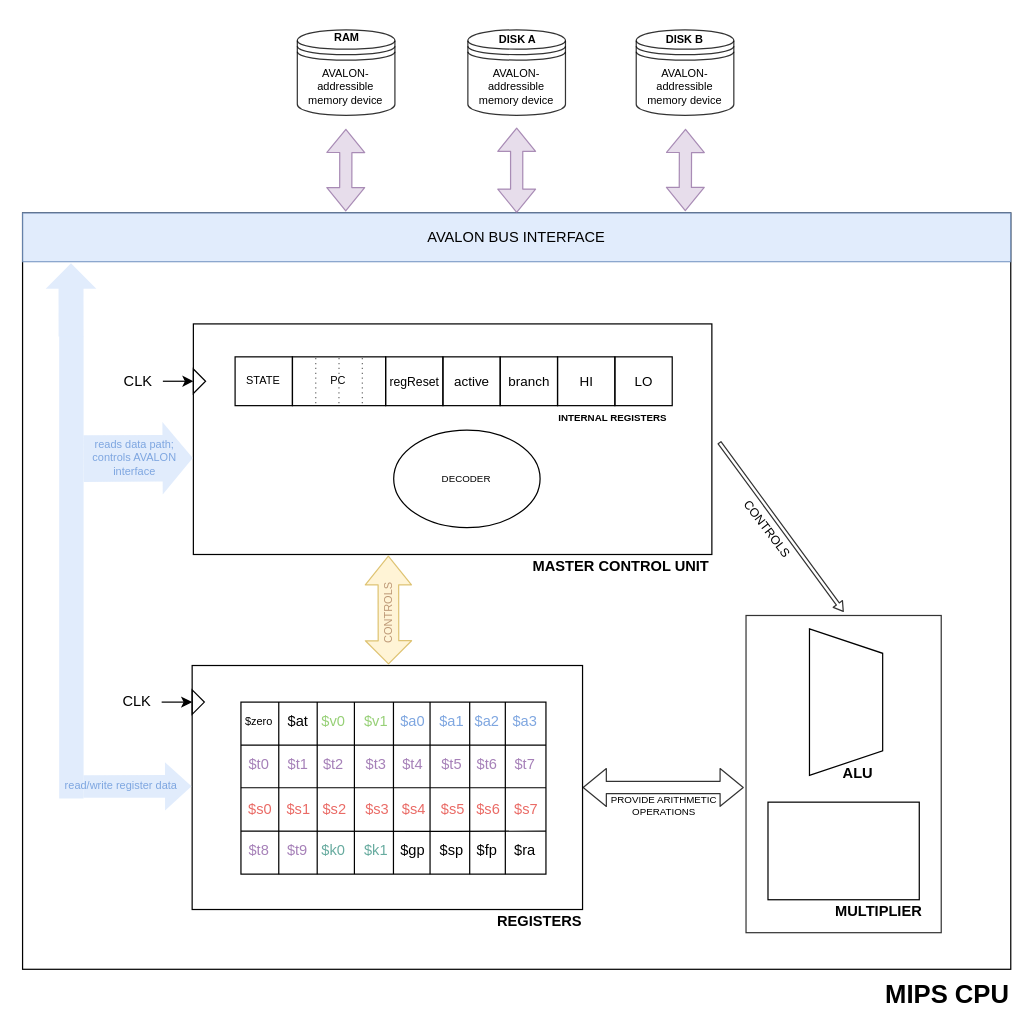
JosiahMendes/MIPS32-T501 keeps this draw.io diagram as docs/Architecture_Diagram.drawio. Above is the earlier version. Source tidied: cells renumbered, new cells numbered last; positions are measured from the earlier drawing's top-left corner, leaving out a move shared by most shapes. Both pictures are drawn from the tidied source at 122%, with x=0, y=0 at pixel (22, 26).
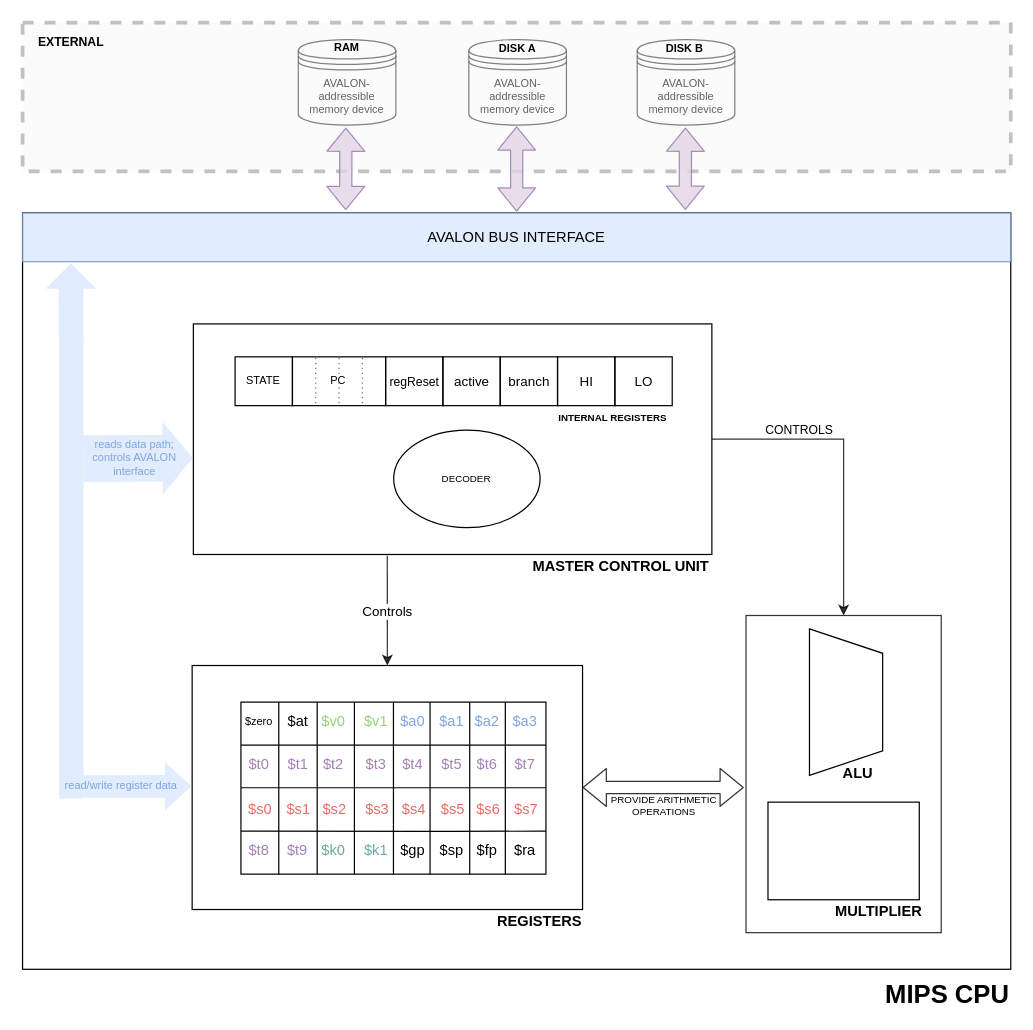
The same diagram, later.

Commit message:
Removed CLK, modified labels, added external section

Unchanged cells that the change refers to:
```xml
<mxCell id="2" style="rounded=0;whiteSpace=wrap;html=1;glass=1;fillColor=none;gradientColor=none;fontSize=8;fontColor=#000000;" parent="1" vertex="1">
  <mxGeometry y="153" width="810" height="620" as="geometry" />
</mxCell>
<mxCell id="5" style="group;" parent="3" vertex="1">
  <mxGeometry width="320" height="200" as="geometry" />
</mxCell>
<mxCell id="6" style="rounded=0;whiteSpace=wrap;html=1;glass=1;gradientColor=none;fontSize=9;fontColor=#67AB9F;fillColor=none;" parent="5" vertex="1">
  <mxGeometry width="320" height="200" as="geometry" />
</mxCell>
<mxCell id="53" style="rounded=0;whiteSpace=wrap;html=1;fillColor=none;" parent="1" vertex="1">
  <mxGeometry x="140" y="244" width="425" height="189" as="geometry" />
</mxCell>
<mxCell id="75" value="AVALON BUS INTERFACE" style="rounded=0;whiteSpace=wrap;html=1;fillColor=#dae8fc;strokeColor=#6c8ebf;opacity=80;" parent="1" vertex="1">
  <mxGeometry y="153" width="810" height="40" as="geometry" />
</mxCell>
<mxCell id="95" style="rounded=0;whiteSpace=wrap;html=1;fontSize=8;fontColor=#000000;opacity=80;align=center;fillColor=none;" parent="94" vertex="1">
  <mxGeometry width="160" height="260" as="geometry" />
</mxCell>
```

Change to the diagram source:
```diff
@@
+    <mxCell id="85" value="&lt;span style=&quot;color: rgb(0 , 0 , 0)&quot;&gt;AVALON-addressible memory device&lt;/span&gt;" style="shape=datastore;whiteSpace=wrap;html=1;fillColor=#ffffff;fontSize=9;fontColor=#7EA6E0;opacity=80;align=center;" parent="1" vertex="1">
+      <mxGeometry x="226" y="11" width="80" height="70" as="geometry" />
+    </mxCell>
+    <mxCell id="86" value="&lt;span style=&quot;color: rgb(0 , 0 , 0)&quot;&gt;AVALON-addressible memory device&lt;/span&gt;" style="shape=datastore;whiteSpace=wrap;html=1;fillColor=#ffffff;fontSize=9;fontColor=#7EA6E0;opacity=80;align=center;" parent="1" vertex="1">
+      <mxGeometry x="365.8" y="11" width="80" height="70" as="geometry" />
+    </mxCell>
+    <mxCell id="87" value="&lt;span style=&quot;color: rgb(0 , 0 , 0)&quot;&gt;AVALON-addressible memory device&lt;/span&gt;" style="shape=datastore;whiteSpace=wrap;html=1;fillColor=#ffffff;fontSize=9;fontColor=#7EA6E0;opacity=80;align=center;" parent="1" vertex="1">
+      <mxGeometry x="503.8" y="11" width="80" height="70" as="geometry" />
+    </mxCell>
+    <mxCell id="103" style="rounded=0;whiteSpace=wrap;html=1;fillColor=#f5f5f5;fontSize=10;fontColor=#333333;opacity=40;align=center;dashed=1;strokeWidth=3;strokeColor=#666666;" parent="1" vertex="1">
+      <mxGeometry y="-3" width="810" height="122" as="geometry" />
+    </mxCell>
@@
-    <mxCell id="52" style="triangle;whiteSpace=wrap;html=1;glass=1;fillColor=none;gradientColor=none;fontSize=9;fontColor=#67AB9F;" parent="5" vertex="1">
-      <mxGeometry y="20" width="10" height="20" as="geometry" />
-    </mxCell>
+    <mxCell id="104" style="edgeStyle=orthogonalEdgeStyle;rounded=0;jettySize=auto;html=1;exitX=1;exitY=0.5;exitDx=0;exitDy=0;entryX=0.5;entryY=0;entryDx=0;entryDy=0;targetPerimeterSpacing=0;strokeWidth=1;fontSize=10;fontColor=#000000;opacity=80;" parent="1" edge="1" source="53" target="95">
+      <mxGeometry relative="1" as="geometry" />
+    </mxCell>
@@
-    <mxCell id="69" style="triangle;whiteSpace=wrap;html=1;glass=1;fillColor=none;gradientColor=none;fontSize=9;fontColor=#67AB9F;" parent="1" vertex="1">
-      <mxGeometry x="140" y="281" width="10" height="20" as="geometry" />
-    </mxCell>
@@
-    <mxCell id="71" style="endArrow=classic;html=1;entryX=0;entryY=0.5;entryDx=0;entryDy=0;" parent="1" edge="1" target="52">
-      <mxGeometry relative="1" as="geometry">
-        <mxPoint x="114" y="554" as="sourcePoint" />
-      </mxGeometry>
-    </mxCell>
-    <mxCell id="72" value="CLK" style="text;html=1;strokeColor=none;fillColor=none;align=center;verticalAlign=middle;whiteSpace=wrap;rounded=0;" parent="1" vertex="1">
-      <mxGeometry x="74" y="544" width="40" height="20" as="geometry" />
-    </mxCell>
-    <mxCell id="73" style="endArrow=classic;html=1;entryX=0;entryY=0.5;entryDx=0;entryDy=0;" parent="1" edge="1">
-      <mxGeometry relative="1" as="geometry">
-        <mxPoint x="115" y="291" as="sourcePoint" />
-        <mxPoint x="140" y="291" as="targetPoint" />
-      </mxGeometry>
-    </mxCell>
-    <mxCell id="74" value="CLK" style="text;html=1;strokeColor=none;fillColor=none;align=center;verticalAlign=middle;whiteSpace=wrap;rounded=0;" parent="1" vertex="1">
-      <mxGeometry x="75" y="281" width="40" height="20" as="geometry" />
-    </mxCell>
@@
-    <mxCell id="82" style="shape=flexArrow;endArrow=classic;startArrow=classic;html=1;strokeWidth=1;fontSize=9;fontColor=#7EA6E0;opacity=80;exitX=0.327;exitY=-0.002;exitDx=0;exitDy=0;exitPerimeter=0;entryX=0.5;entryY=1.017;entryDx=0;entryDy=0;entryPerimeter=0;fillColor=#e1d5e7;strokeColor=#9673a6;" parent="1" edge="1" source="2">
+    <mxCell id="82" style="shape=flexArrow;endArrow=classic;startArrow=classic;html=1;strokeWidth=1;fontSize=9;fontColor=#7EA6E0;opacity=80;exitX=0.327;exitY=-0.002;exitDx=0;exitDy=0;exitPerimeter=0;entryX=0.5;entryY=1.017;entryDx=0;entryDy=0;entryPerimeter=0;fillColor=#e1d5e7;strokeColor=#9673a6;" parent="1" edge="1">
       <mxGeometry relative="1" as="geometry">
-        <mxPoint x="265" y="84" as="targetPoint" />
+        <mxPoint x="264.9" y="150.8" as="sourcePoint" />
+        <mxPoint x="265" y="83" as="targetPoint" />
       </mxGeometry>
     </mxCell>
-    <mxCell id="83" style="shape=flexArrow;endArrow=classic;startArrow=classic;html=1;strokeWidth=1;fontSize=9;fontColor=#7EA6E0;opacity=80;entryX=0.5;entryY=1;entryDx=0;entryDy=0;exitX=0.5;exitY=0;exitDx=0;exitDy=0;fillColor=#e1d5e7;strokeColor=#9673a6;" parent="1" edge="1" source="75">
+    <mxCell id="83" style="shape=flexArrow;endArrow=classic;startArrow=classic;html=1;strokeWidth=1;fontSize=9;fontColor=#7EA6E0;opacity=80;entryX=0.5;entryY=1;entryDx=0;entryDy=0;exitX=0.5;exitY=0;exitDx=0;exitDy=0;fillColor=#e1d5e7;strokeColor=#9673a6;" parent="1" edge="1">
       <mxGeometry relative="1" as="geometry">
-        <mxPoint x="405" y="83" as="targetPoint" />
+        <mxPoint x="405" y="152" as="sourcePoint" />
+        <mxPoint x="405" y="82" as="targetPoint" />
       </mxGeometry>
     </mxCell>
     <mxCell id="84" style="shape=flexArrow;endArrow=classic;startArrow=classic;html=1;strokeWidth=1;fontSize=9;fontColor=#7EA6E0;opacity=80;exitX=0.327;exitY=-0.002;exitDx=0;exitDy=0;exitPerimeter=0;entryX=0.5;entryY=1.017;entryDx=0;entryDy=0;entryPerimeter=0;fillColor=#e1d5e7;strokeColor=#9673a6;" parent="1" edge="1">
       <mxGeometry relative="1" as="geometry">
-        <mxPoint x="543.2" y="151.6" as="sourcePoint" />
-        <mxPoint x="543.4" y="84" as="targetPoint" />
+        <mxPoint x="543.2" y="150.6" as="sourcePoint" />
+        <mxPoint x="543.4" y="83" as="targetPoint" />
       </mxGeometry>
     </mxCell>
-    <mxCell id="85" value="&lt;span style=&quot;color: rgb(0 , 0 , 0)&quot;&gt;AVALON-addressible memory device&lt;/span&gt;" style="shape=datastore;whiteSpace=wrap;html=1;fillColor=#ffffff;fontSize=9;fontColor=#7EA6E0;opacity=80;align=center;" parent="1" vertex="1">
-      <mxGeometry x="225.2" y="3" width="80" height="70" as="geometry" />
-    </mxCell>
-    <mxCell id="86" value="&lt;span style=&quot;color: rgb(0 , 0 , 0)&quot;&gt;AVALON-addressible memory device&lt;/span&gt;" style="shape=datastore;whiteSpace=wrap;html=1;fillColor=#ffffff;fontSize=9;fontColor=#7EA6E0;opacity=80;align=center;" parent="1" vertex="1">
-      <mxGeometry x="365" y="3" width="80" height="70" as="geometry" />
-    </mxCell>
-    <mxCell id="87" value="&lt;span style=&quot;color: rgb(0 , 0 , 0)&quot;&gt;AVALON-addressible memory device&lt;/span&gt;" style="shape=datastore;whiteSpace=wrap;html=1;fillColor=#ffffff;fontSize=9;fontColor=#7EA6E0;opacity=80;align=center;" parent="1" vertex="1">
-      <mxGeometry x="503" y="3" width="80" height="70" as="geometry" />
-    </mxCell>
     <mxCell id="88" value="&lt;font color=&quot;#000000&quot;&gt;RAM&lt;/font&gt;" style="text;html=1;strokeColor=none;fillColor=none;align=center;verticalAlign=middle;whiteSpace=wrap;rounded=0;fontSize=9;fontColor=#7EA6E0;opacity=80;fontStyle=1;" parent="1" vertex="1">
-      <mxGeometry x="246.2" width="40" height="20" as="geometry" />
+      <mxGeometry x="246.2" y="8" width="40" height="20" as="geometry" />
     </mxCell>
     <mxCell id="89" value="&lt;font color=&quot;#000000&quot;&gt;DISK A&lt;/font&gt;" style="text;html=1;strokeColor=none;fillColor=none;align=center;verticalAlign=middle;whiteSpace=wrap;rounded=0;fontSize=9;fontColor=#7EA6E0;opacity=80;fontStyle=1;" parent="1" vertex="1">
-      <mxGeometry x="386.2" y="1" width="40" height="20" as="geometry" />
+      <mxGeometry x="386.2" y="9" width="40" height="20" as="geometry" />
     </mxCell>
     <mxCell id="90" value="&lt;font color=&quot;#000000&quot;&gt;DISK B&lt;/font&gt;" style="text;html=1;strokeColor=none;fillColor=none;align=center;verticalAlign=middle;whiteSpace=wrap;rounded=0;fontSize=9;fontColor=#7EA6E0;opacity=80;fontStyle=1;" parent="1" vertex="1">
-      <mxGeometry x="523" y="1" width="40" height="20" as="geometry" />
+      <mxGeometry x="523" y="9" width="40" height="20" as="geometry" />
     </mxCell>
-    <mxCell id="91" style="shape=flexArrow;endArrow=classic;startArrow=classic;html=1;strokeWidth=1;fontSize=9;fontColor=#7EA6E0;opacity=80;entryX=0.376;entryY=1.01;entryDx=0;entryDy=0;exitX=0.503;exitY=-0.004;exitDx=0;exitDy=0;entryPerimeter=0;exitPerimeter=0;fillColor=#fff2cc;strokeColor=#d6b656;width=16.87150837988827;endSize=7.486033519553073;" parent="1" edge="1" source="6">
-      <mxGeometry relative="1" as="geometry">
-        <mxPoint x="299.8" y="433.9" as="targetPoint" />
-      </mxGeometry>
-    </mxCell>
-    <mxCell id="92" value="CONTROLS" style="text;html=1;strokeColor=none;fillColor=none;align=center;verticalAlign=middle;whiteSpace=wrap;rounded=0;fontSize=9;opacity=80;rotation=-90;fontColor=#BD9876;" parent="1" vertex="1">
-      <mxGeometry x="280" y="471" width="40" height="20" as="geometry" />
-    </mxCell>
@@
-    <mxCell id="101" style="shape=flexArrow;endArrow=classic;html=1;strokeWidth=1;fontSize=8;fontColor=#000000;opacity=80;width=2.922077922077922;endSize=2.1653679653679654;endWidth=5.416666666666667;" parent="1" edge="1">
-      <mxGeometry relative="1" as="geometry">
-        <mxPoint x="571" y="341" as="sourcePoint" />
-        <mxPoint x="673" y="480" as="targetPoint" />
-      </mxGeometry>
-    </mxCell>
-    <mxCell id="102" value="CONTROLS" style="text;html=1;strokeColor=none;fillColor=none;align=center;verticalAlign=middle;whiteSpace=wrap;rounded=0;fontSize=10;fontColor=#000000;opacity=80;rotation=52.7;" parent="1" vertex="1">
-      <mxGeometry x="591" y="402" width="40" height="20" as="geometry" />
-    </mxCell>
+    <mxCell id="105" value="CONTROLS" style="text;html=1;strokeColor=none;fillColor=none;align=center;verticalAlign=middle;whiteSpace=wrap;rounded=0;fontSize=10;fontColor=#000000;opacity=80;rotation=0;" parent="1" vertex="1">
+      <mxGeometry x="617" y="321" width="40" height="20" as="geometry" />
+    </mxCell>
+    <mxCell id="106" style="endArrow=classic;html=1;strokeWidth=1;fontSize=10;fontColor=#000000;opacity=80;exitX=0.374;exitY=1.006;exitDx=0;exitDy=0;entryX=0.5;entryY=0;entryDx=0;entryDy=0;exitPerimeter=0;" parent="1" edge="1" source="53" target="6">
+      <mxGeometry relative="1" as="geometry" />
+    </mxCell>
+    <mxCell id="107" value="Controls" style="edgeLabel;html=1;align=center;verticalAlign=middle;" parent="106" vertex="1">
+      <mxGeometry relative="1" as="geometry" />
+    </mxCell>
+    <mxCell id="108" value="EXTERNAL" style="text;html=1;strokeColor=none;fillColor=none;align=center;verticalAlign=middle;whiteSpace=wrap;rounded=0;dashed=1;fontSize=10;fontColor=#000000;opacity=40;fontStyle=1;" parent="1" vertex="1">
+      <mxGeometry x="20" y="3" width="40" height="20" as="geometry" />
+    </mxCell>
```
